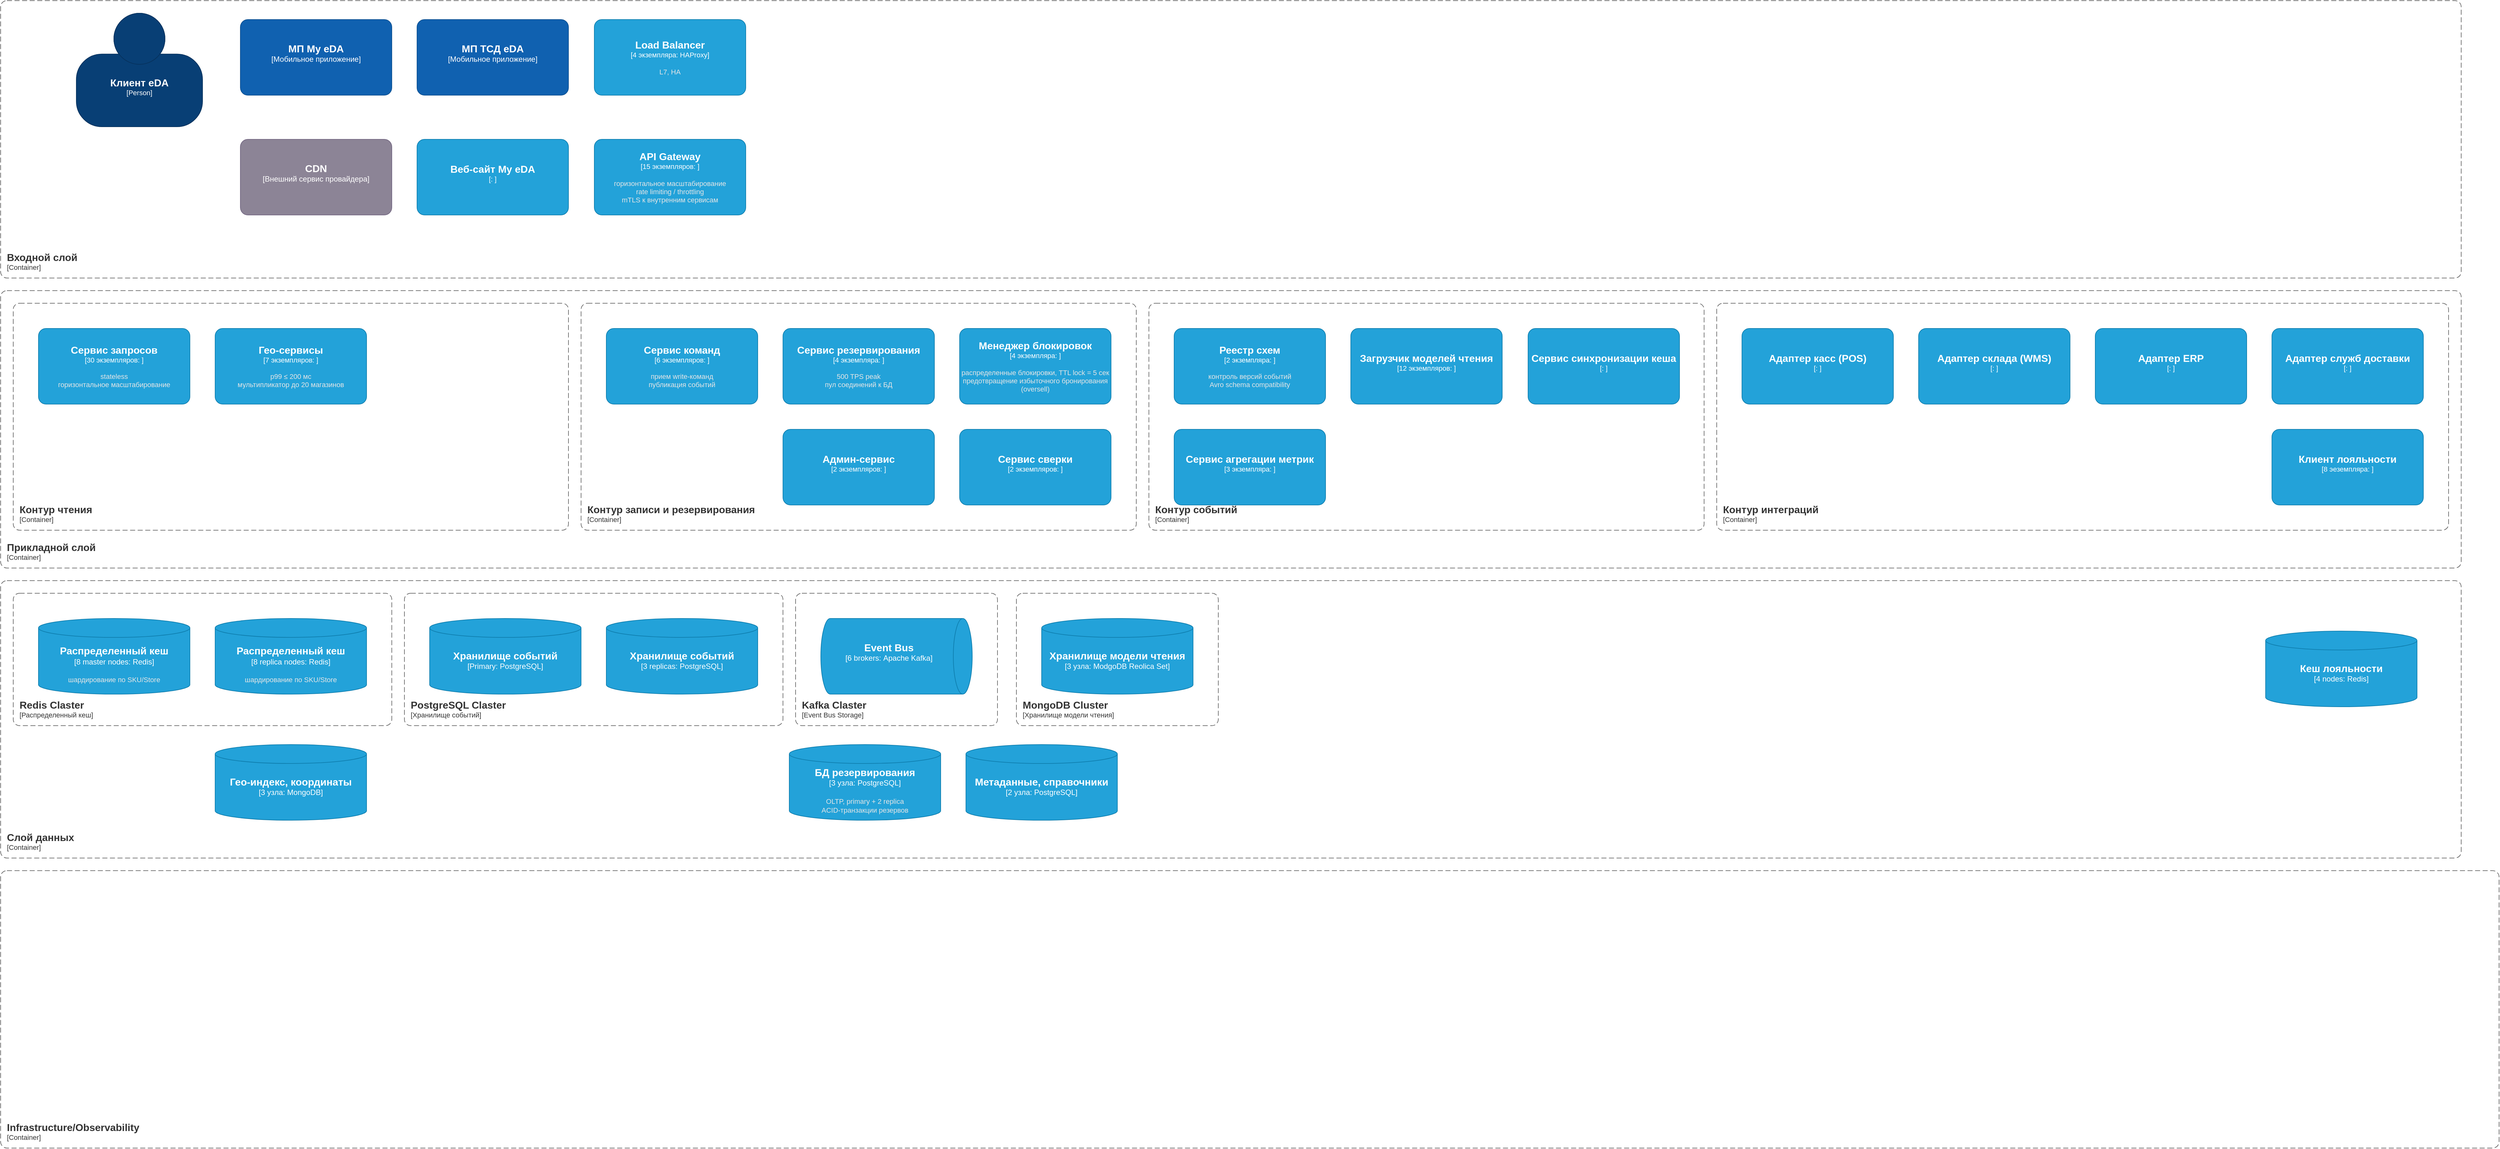
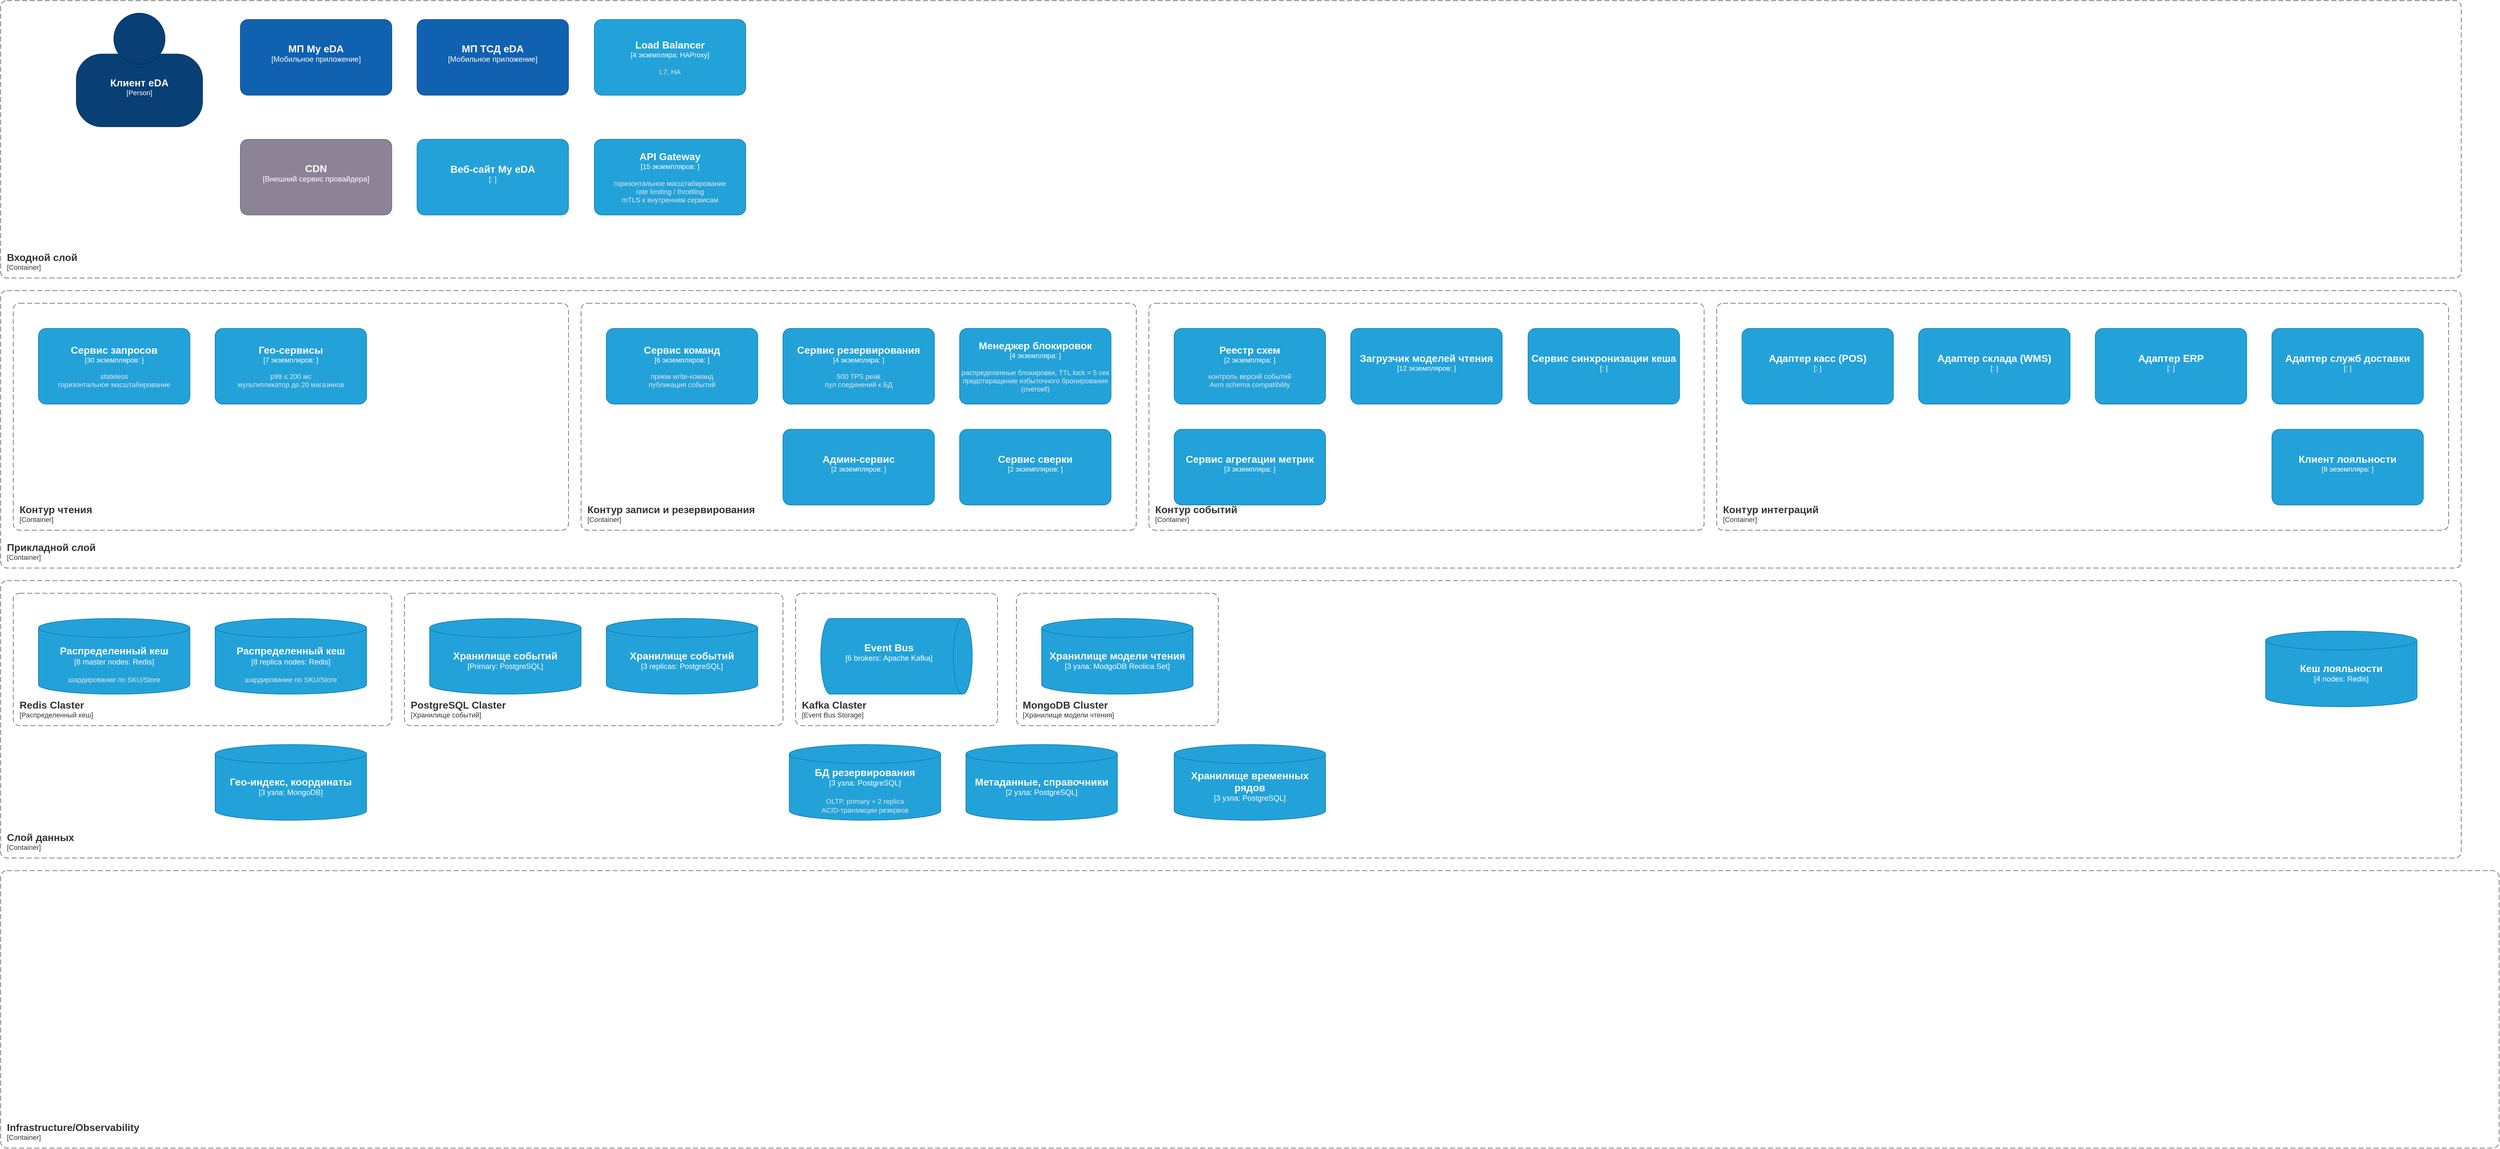
- <mxfile host="Electron" modified="2026-04-29T21:40:49.843Z" agent="Mozilla/5.0 (Windows NT 10.0; Win64; x64) AppleWebKit/537.36 (KHTML, like Gecko) draw.io/22.1.2 Chrome/114.0.5735.289 Electron/25.9.4 Safari/537.36" etag="SSAKa4CMOVADBKIk3lrW" version="22.1.2" type="device">
+ <mxfile host="Electron" modified="2026-04-30T20:53:00.758Z" agent="Mozilla/5.0 (Windows NT 10.0; Win64; x64) AppleWebKit/537.36 (KHTML, like Gecko) draw.io/22.1.2 Chrome/114.0.5735.289 Electron/25.9.4 Safari/537.36" etag="ZBUvzbzLdjPu41jabQBf" version="22.1.2" type="device">
  <diagram name="Страница — 1" id="PnTLWlEi3809HXJKZnw-">
    <mxGraphModel dx="1418" dy="828" grid="1" gridSize="10" guides="1" tooltips="1" connect="1" arrows="1" fold="1" page="1" pageScale="1" pageWidth="827" pageHeight="1169" math="0" shadow="0">
      <root>
        <mxCell id="0" />
        <mxCell id="1" parent="0" />
        <object placeholders="1" c4Name="Входной слой" c4Type="ContainerScopeBoundary" c4Application="Container" label="&lt;font style=&quot;font-size: 16px&quot;&gt;&lt;b&gt;&lt;div style=&quot;text-align: left&quot;&gt;%c4Name%&lt;/div&gt;&lt;/b&gt;&lt;/font&gt;&lt;div style=&quot;text-align: left&quot;&gt;[%c4Application%]&lt;/div&gt;" id="NhO7GiVlLulvBzD9yE4d-1">
          <mxCell style="rounded=1;fontSize=11;whiteSpace=wrap;html=1;dashed=1;arcSize=20;fillColor=none;strokeColor=#666666;fontColor=#333333;labelBackgroundColor=none;align=left;verticalAlign=bottom;labelBorderColor=none;spacingTop=0;spacing=10;dashPattern=8 4;metaEdit=1;rotatable=0;perimeter=rectanglePerimeter;noLabel=0;labelPadding=0;allowArrows=0;connectable=0;expand=0;recursiveResize=0;editable=1;pointerEvents=0;absoluteArcSize=1;points=[[0.25,0,0],[0.5,0,0],[0.75,0,0],[1,0.25,0],[1,0.5,0],[1,0.75,0],[0.75,1,0],[0.5,1,0],[0.25,1,0],[0,0.75,0],[0,0.5,0],[0,0.25,0]];" parent="1" vertex="1">
            <mxGeometry x="60" y="260" width="3900" height="440" as="geometry" />
          </mxCell>
        </object>
        <object placeholders="1" c4Name="Прикладной слой" c4Type="ContainerScopeBoundary" c4Application="Container" label="&lt;font style=&quot;font-size: 16px&quot;&gt;&lt;b&gt;&lt;div style=&quot;text-align: left&quot;&gt;%c4Name%&lt;/div&gt;&lt;/b&gt;&lt;/font&gt;&lt;div style=&quot;text-align: left&quot;&gt;[%c4Application%]&lt;/div&gt;" id="NhO7GiVlLulvBzD9yE4d-2">
          <mxCell style="rounded=1;fontSize=11;whiteSpace=wrap;html=1;dashed=1;arcSize=20;fillColor=none;strokeColor=#666666;fontColor=#333333;labelBackgroundColor=none;align=left;verticalAlign=bottom;labelBorderColor=none;spacingTop=0;spacing=10;dashPattern=8 4;metaEdit=1;rotatable=0;perimeter=rectanglePerimeter;noLabel=0;labelPadding=0;allowArrows=0;connectable=0;expand=0;recursiveResize=0;editable=1;pointerEvents=0;absoluteArcSize=1;points=[[0.25,0,0],[0.5,0,0],[0.75,0,0],[1,0.25,0],[1,0.5,0],[1,0.75,0],[0.75,1,0],[0.5,1,0],[0.25,1,0],[0,0.75,0],[0,0.5,0],[0,0.25,0]];" parent="1" vertex="1">
            <mxGeometry x="60" y="720" width="3900" height="440" as="geometry" />
          </mxCell>
        </object>
        <object placeholders="1" c4Name="Слой данных" c4Type="ContainerScopeBoundary" c4Application="Container" label="&lt;font style=&quot;font-size: 16px&quot;&gt;&lt;b&gt;&lt;div style=&quot;text-align: left&quot;&gt;%c4Name%&lt;/div&gt;&lt;/b&gt;&lt;/font&gt;&lt;div style=&quot;text-align: left&quot;&gt;[%c4Application%]&lt;/div&gt;" id="NhO7GiVlLulvBzD9yE4d-3">
          <mxCell style="rounded=1;fontSize=11;whiteSpace=wrap;html=1;dashed=1;arcSize=20;fillColor=none;strokeColor=#666666;fontColor=#333333;labelBackgroundColor=none;align=left;verticalAlign=bottom;labelBorderColor=none;spacingTop=0;spacing=10;dashPattern=8 4;metaEdit=1;rotatable=0;perimeter=rectanglePerimeter;noLabel=0;labelPadding=0;allowArrows=0;connectable=0;expand=0;recursiveResize=0;editable=1;pointerEvents=0;absoluteArcSize=1;points=[[0.25,0,0],[0.5,0,0],[0.75,0,0],[1,0.25,0],[1,0.5,0],[1,0.75,0],[0.75,1,0],[0.5,1,0],[0.25,1,0],[0,0.75,0],[0,0.5,0],[0,0.25,0]];" parent="1" vertex="1">
            <mxGeometry x="60" y="1180" width="3900" height="440" as="geometry" />
          </mxCell>
        </object>
        <object placeholders="1" c4Name="Infrastructure/Observability" c4Type="ContainerScopeBoundary" c4Application="Container" label="&lt;font style=&quot;font-size: 16px&quot;&gt;&lt;b&gt;&lt;div style=&quot;text-align: left&quot;&gt;%c4Name%&lt;/div&gt;&lt;/b&gt;&lt;/font&gt;&lt;div style=&quot;text-align: left&quot;&gt;[%c4Application%]&lt;/div&gt;" id="NhO7GiVlLulvBzD9yE4d-4">
          <mxCell style="rounded=1;fontSize=11;whiteSpace=wrap;html=1;dashed=1;arcSize=20;fillColor=none;strokeColor=#666666;fontColor=#333333;labelBackgroundColor=none;align=left;verticalAlign=bottom;labelBorderColor=none;spacingTop=0;spacing=10;dashPattern=8 4;metaEdit=1;rotatable=0;perimeter=rectanglePerimeter;noLabel=0;labelPadding=0;allowArrows=0;connectable=0;expand=0;recursiveResize=0;editable=1;pointerEvents=0;absoluteArcSize=1;points=[[0.25,0,0],[0.5,0,0],[0.75,0,0],[1,0.25,0],[1,0.5,0],[1,0.75,0],[0.75,1,0],[0.5,1,0],[0.25,1,0],[0,0.75,0],[0,0.5,0],[0,0.25,0]];" parent="1" vertex="1">
            <mxGeometry x="60" y="1640" width="3960" height="440" as="geometry" />
          </mxCell>
        </object>
        <object placeholders="1" c4Name="Клиент eDA" c4Type="Person" c4Description="" label="&lt;font style=&quot;font-size: 16px&quot;&gt;&lt;b&gt;%c4Name%&lt;/b&gt;&lt;/font&gt;&lt;div&gt;[%c4Type%]&lt;/div&gt;&lt;br&gt;&lt;div&gt;&lt;font style=&quot;font-size: 11px&quot;&gt;&lt;font color=&quot;#cccccc&quot;&gt;%c4Description%&lt;/font&gt;&lt;/div&gt;" id="NhO7GiVlLulvBzD9yE4d-5">
          <mxCell style="html=1;fontSize=11;dashed=0;whiteSpace=wrap;fillColor=#083F75;strokeColor=#06315C;fontColor=#ffffff;shape=mxgraph.c4.person2;align=center;metaEdit=1;points=[[0.5,0,0],[1,0.5,0],[1,0.75,0],[0.75,1,0],[0.5,1,0],[0.25,1,0],[0,0.75,0],[0,0.5,0]];resizable=0;" parent="1" vertex="1">
            <mxGeometry x="180" y="280" width="200" height="180" as="geometry" />
          </mxCell>
        </object>
        <object placeholders="1" c4Name="Контур чтения" c4Type="ContainerScopeBoundary" c4Application="Container" label="&lt;font style=&quot;font-size: 16px&quot;&gt;&lt;b&gt;&lt;div style=&quot;text-align: left&quot;&gt;%c4Name%&lt;/div&gt;&lt;/b&gt;&lt;/font&gt;&lt;div style=&quot;text-align: left&quot;&gt;[%c4Application%]&lt;/div&gt;" id="NhO7GiVlLulvBzD9yE4d-12">
          <mxCell style="rounded=1;fontSize=11;whiteSpace=wrap;html=1;dashed=1;arcSize=20;fillColor=none;strokeColor=#666666;fontColor=#333333;labelBackgroundColor=none;align=left;verticalAlign=bottom;labelBorderColor=none;spacingTop=0;spacing=10;dashPattern=8 4;metaEdit=1;rotatable=0;perimeter=rectanglePerimeter;noLabel=0;labelPadding=0;allowArrows=0;connectable=0;expand=0;recursiveResize=0;editable=1;pointerEvents=0;absoluteArcSize=1;points=[[0.25,0,0],[0.5,0,0],[0.75,0,0],[1,0.25,0],[1,0.5,0],[1,0.75,0],[0.75,1,0],[0.5,1,0],[0.25,1,0],[0,0.75,0],[0,0.5,0],[0,0.25,0]];" parent="1" vertex="1">
            <mxGeometry x="80" y="740" width="880" height="360" as="geometry" />
          </mxCell>
        </object>
        <object placeholders="1" c4Name="Контур записи и резервирования" c4Type="ContainerScopeBoundary" c4Application="Container" label="&lt;font style=&quot;font-size: 16px&quot;&gt;&lt;b&gt;&lt;div style=&quot;text-align: left&quot;&gt;%c4Name%&lt;/div&gt;&lt;/b&gt;&lt;/font&gt;&lt;div style=&quot;text-align: left&quot;&gt;[%c4Application%]&lt;/div&gt;" id="NhO7GiVlLulvBzD9yE4d-13">
          <mxCell style="rounded=1;fontSize=11;whiteSpace=wrap;html=1;dashed=1;arcSize=20;fillColor=none;strokeColor=#666666;fontColor=#333333;labelBackgroundColor=none;align=left;verticalAlign=bottom;labelBorderColor=none;spacingTop=0;spacing=10;dashPattern=8 4;metaEdit=1;rotatable=0;perimeter=rectanglePerimeter;noLabel=0;labelPadding=0;allowArrows=0;connectable=0;expand=0;recursiveResize=0;editable=1;pointerEvents=0;absoluteArcSize=1;points=[[0.25,0,0],[0.5,0,0],[0.75,0,0],[1,0.25,0],[1,0.5,0],[1,0.75,0],[0.75,1,0],[0.5,1,0],[0.25,1,0],[0,0.75,0],[0,0.5,0],[0,0.25,0]];" parent="1" vertex="1">
            <mxGeometry x="980" y="740" width="880" height="360" as="geometry" />
          </mxCell>
        </object>
        <object placeholders="1" c4Name="Контур событий" c4Type="ContainerScopeBoundary" c4Application="Container" label="&lt;font style=&quot;font-size: 16px&quot;&gt;&lt;b&gt;&lt;div style=&quot;text-align: left&quot;&gt;%c4Name%&lt;/div&gt;&lt;/b&gt;&lt;/font&gt;&lt;div style=&quot;text-align: left&quot;&gt;[%c4Application%]&lt;/div&gt;" id="NhO7GiVlLulvBzD9yE4d-17">
          <mxCell style="rounded=1;fontSize=11;whiteSpace=wrap;html=1;dashed=1;arcSize=20;fillColor=none;strokeColor=#666666;fontColor=#333333;labelBackgroundColor=none;align=left;verticalAlign=bottom;labelBorderColor=none;spacingTop=0;spacing=10;dashPattern=8 4;metaEdit=1;rotatable=0;perimeter=rectanglePerimeter;noLabel=0;labelPadding=0;allowArrows=0;connectable=0;expand=0;recursiveResize=0;editable=1;pointerEvents=0;absoluteArcSize=1;points=[[0.25,0,0],[0.5,0,0],[0.75,0,0],[1,0.25,0],[1,0.5,0],[1,0.75,0],[0.75,1,0],[0.5,1,0],[0.25,1,0],[0,0.75,0],[0,0.5,0],[0,0.25,0]];" parent="1" vertex="1">
            <mxGeometry x="1880" y="740" width="880" height="360" as="geometry" />
          </mxCell>
        </object>
        <object placeholders="1" c4Name="Контур интеграций" c4Type="ContainerScopeBoundary" c4Application="Container" label="&lt;font style=&quot;font-size: 16px&quot;&gt;&lt;b&gt;&lt;div style=&quot;text-align: left&quot;&gt;%c4Name%&lt;/div&gt;&lt;/b&gt;&lt;/font&gt;&lt;div style=&quot;text-align: left&quot;&gt;[%c4Application%]&lt;/div&gt;" id="NhO7GiVlLulvBzD9yE4d-21">
          <mxCell style="rounded=1;fontSize=11;whiteSpace=wrap;html=1;dashed=1;arcSize=20;fillColor=none;strokeColor=#666666;fontColor=#333333;labelBackgroundColor=none;align=left;verticalAlign=bottom;labelBorderColor=none;spacingTop=0;spacing=10;dashPattern=8 4;metaEdit=1;rotatable=0;perimeter=rectanglePerimeter;noLabel=0;labelPadding=0;allowArrows=0;connectable=0;expand=0;recursiveResize=0;editable=1;pointerEvents=0;absoluteArcSize=1;points=[[0.25,0,0],[0.5,0,0],[0.75,0,0],[1,0.25,0],[1,0.5,0],[1,0.75,0],[0.75,1,0],[0.5,1,0],[0.25,1,0],[0,0.75,0],[0,0.5,0],[0,0.25,0]];" parent="1" vertex="1">
            <mxGeometry x="2780" y="740" width="1160" height="360" as="geometry" />
          </mxCell>
        </object>
        <object placeholders="1" c4Type="Распределенный кеш" c4Container="8 master nodes" c4Technology="Redis" c4Description="шардирование по SKU/Store" label="&lt;font style=&quot;font-size: 16px&quot;&gt;&lt;b&gt;%c4Type%&lt;/b&gt;&lt;/font&gt;&lt;div&gt;[%c4Container%:&amp;nbsp;%c4Technology%]&lt;/div&gt;&lt;br&gt;&lt;div&gt;&lt;font style=&quot;font-size: 11px&quot;&gt;&lt;font color=&quot;#E6E6E6&quot;&gt;%c4Description%&lt;/font&gt;&lt;/div&gt;" id="NhO7GiVlLulvBzD9yE4d-26">
          <mxCell style="shape=cylinder3;size=15;whiteSpace=wrap;html=1;boundedLbl=1;rounded=0;labelBackgroundColor=none;fillColor=#23A2D9;fontSize=12;fontColor=#ffffff;align=center;strokeColor=#0E7DAD;metaEdit=1;points=[[0.5,0,0],[1,0.25,0],[1,0.5,0],[1,0.75,0],[0.5,1,0],[0,0.75,0],[0,0.5,0],[0,0.25,0]];resizable=0;" parent="1" vertex="1">
            <mxGeometry x="120" y="1240" width="240" height="120" as="geometry" />
          </mxCell>
        </object>
        <object placeholders="1" c4Type="Распределенный кеш" c4Container="8 replica nodes" c4Technology="Redis" c4Description="шардирование по SKU/Store" label="&lt;font style=&quot;font-size: 16px&quot;&gt;&lt;b&gt;%c4Type%&lt;/b&gt;&lt;/font&gt;&lt;div&gt;[%c4Container%:&amp;nbsp;%c4Technology%]&lt;/div&gt;&lt;br&gt;&lt;div&gt;&lt;font style=&quot;font-size: 11px&quot;&gt;&lt;font color=&quot;#E6E6E6&quot;&gt;%c4Description%&lt;/font&gt;&lt;/div&gt;" id="NhO7GiVlLulvBzD9yE4d-27">
          <mxCell style="shape=cylinder3;size=15;whiteSpace=wrap;html=1;boundedLbl=1;rounded=0;labelBackgroundColor=none;fillColor=#23A2D9;fontSize=12;fontColor=#ffffff;align=center;strokeColor=#0E7DAD;metaEdit=1;points=[[0.5,0,0],[1,0.25,0],[1,0.5,0],[1,0.75,0],[0.5,1,0],[0,0.75,0],[0,0.5,0],[0,0.25,0]];resizable=0;" parent="1" vertex="1">
            <mxGeometry x="400" y="1240" width="240" height="120" as="geometry" />
          </mxCell>
        </object>
        <object placeholders="1" c4Name="Redis Claster" c4Type="ContainerScopeBoundary" c4Application="Распределенный кеш" label="&lt;font style=&quot;font-size: 16px&quot;&gt;&lt;b&gt;&lt;div style=&quot;text-align: left&quot;&gt;%c4Name%&lt;/div&gt;&lt;/b&gt;&lt;/font&gt;&lt;div style=&quot;text-align: left&quot;&gt;[%c4Application%]&lt;/div&gt;" id="NhO7GiVlLulvBzD9yE4d-28">
          <mxCell style="rounded=1;fontSize=11;whiteSpace=wrap;html=1;dashed=1;arcSize=20;fillColor=none;strokeColor=#666666;fontColor=#333333;labelBackgroundColor=none;align=left;verticalAlign=bottom;labelBorderColor=none;spacingTop=0;spacing=10;dashPattern=8 4;metaEdit=1;rotatable=0;perimeter=rectanglePerimeter;noLabel=0;labelPadding=0;allowArrows=0;connectable=0;expand=0;recursiveResize=0;editable=1;pointerEvents=0;absoluteArcSize=1;points=[[0.25,0,0],[0.5,0,0],[0.75,0,0],[1,0.25,0],[1,0.5,0],[1,0.75,0],[0.75,1,0],[0.5,1,0],[0.25,1,0],[0,0.75,0],[0,0.5,0],[0,0.25,0]];" parent="1" vertex="1">
            <mxGeometry x="80" y="1200" width="600" height="210" as="geometry" />
          </mxCell>
        </object>
        <object placeholders="1" c4Name="PostgreSQL Claster" c4Type="ContainerScopeBoundary" c4Application="Хранилище событий" label="&lt;font style=&quot;font-size: 16px&quot;&gt;&lt;b&gt;&lt;div style=&quot;text-align: left&quot;&gt;%c4Name%&lt;/div&gt;&lt;/b&gt;&lt;/font&gt;&lt;div style=&quot;text-align: left&quot;&gt;[%c4Application%]&lt;/div&gt;" id="NhO7GiVlLulvBzD9yE4d-29">
          <mxCell style="rounded=1;fontSize=11;whiteSpace=wrap;html=1;dashed=1;arcSize=20;fillColor=none;strokeColor=#666666;fontColor=#333333;labelBackgroundColor=none;align=left;verticalAlign=bottom;labelBorderColor=none;spacingTop=0;spacing=10;dashPattern=8 4;metaEdit=1;rotatable=0;perimeter=rectanglePerimeter;noLabel=0;labelPadding=0;allowArrows=0;connectable=0;expand=0;recursiveResize=0;editable=1;pointerEvents=0;absoluteArcSize=1;points=[[0.25,0,0],[0.5,0,0],[0.75,0,0],[1,0.25,0],[1,0.5,0],[1,0.75,0],[0.75,1,0],[0.5,1,0],[0.25,1,0],[0,0.75,0],[0,0.5,0],[0,0.25,0]];" parent="1" vertex="1">
            <mxGeometry x="700" y="1200" width="600" height="210" as="geometry" />
          </mxCell>
        </object>
        <object placeholders="1" c4Type="Хранилище событий" c4Container="Primary" c4Technology="PostgreSQL" c4Description="" label="&lt;font style=&quot;font-size: 16px&quot;&gt;&lt;b&gt;%c4Type%&lt;/b&gt;&lt;/font&gt;&lt;div&gt;[%c4Container%:&amp;nbsp;%c4Technology%]&lt;/div&gt;&lt;br&gt;&lt;div&gt;&lt;font style=&quot;font-size: 11px&quot;&gt;&lt;font color=&quot;#E6E6E6&quot;&gt;%c4Description%&lt;/font&gt;&lt;/div&gt;" id="NhO7GiVlLulvBzD9yE4d-30">
          <mxCell style="shape=cylinder3;size=15;whiteSpace=wrap;html=1;boundedLbl=1;rounded=0;labelBackgroundColor=none;fillColor=#23A2D9;fontSize=12;fontColor=#ffffff;align=center;strokeColor=#0E7DAD;metaEdit=1;points=[[0.5,0,0],[1,0.25,0],[1,0.5,0],[1,0.75,0],[0.5,1,0],[0,0.75,0],[0,0.5,0],[0,0.25,0]];resizable=0;" parent="1" vertex="1">
            <mxGeometry x="740" y="1240" width="240" height="120" as="geometry" />
          </mxCell>
        </object>
        <object placeholders="1" c4Type="Хранилище событий" c4Container="3 replicas" c4Technology="PostgreSQL" c4Description="" label="&lt;font style=&quot;font-size: 16px&quot;&gt;&lt;b&gt;%c4Type%&lt;/b&gt;&lt;/font&gt;&lt;div&gt;[%c4Container%:&amp;nbsp;%c4Technology%]&lt;/div&gt;&lt;br&gt;&lt;div&gt;&lt;font style=&quot;font-size: 11px&quot;&gt;&lt;font color=&quot;#E6E6E6&quot;&gt;%c4Description%&lt;/font&gt;&lt;/div&gt;" id="NhO7GiVlLulvBzD9yE4d-31">
          <mxCell style="shape=cylinder3;size=15;whiteSpace=wrap;html=1;boundedLbl=1;rounded=0;labelBackgroundColor=none;fillColor=#23A2D9;fontSize=12;fontColor=#ffffff;align=center;strokeColor=#0E7DAD;metaEdit=1;points=[[0.5,0,0],[1,0.25,0],[1,0.5,0],[1,0.75,0],[0.5,1,0],[0,0.75,0],[0,0.5,0],[0,0.25,0]];resizable=0;" parent="1" vertex="1">
            <mxGeometry x="1020" y="1240" width="240" height="120" as="geometry" />
          </mxCell>
        </object>
        <object placeholders="1" c4Name="Kafka Claster" c4Type="ContainerScopeBoundary" c4Application="Event Bus Storage" label="&lt;font style=&quot;font-size: 16px&quot;&gt;&lt;b&gt;&lt;div style=&quot;text-align: left&quot;&gt;%c4Name%&lt;/div&gt;&lt;/b&gt;&lt;/font&gt;&lt;div style=&quot;text-align: left&quot;&gt;[%c4Application%]&lt;/div&gt;" id="NhO7GiVlLulvBzD9yE4d-32">
          <mxCell style="rounded=1;fontSize=11;whiteSpace=wrap;html=1;dashed=1;arcSize=20;fillColor=none;strokeColor=#666666;fontColor=#333333;labelBackgroundColor=none;align=left;verticalAlign=bottom;labelBorderColor=none;spacingTop=0;spacing=10;dashPattern=8 4;metaEdit=1;rotatable=0;perimeter=rectanglePerimeter;noLabel=0;labelPadding=0;allowArrows=0;connectable=0;expand=0;recursiveResize=0;editable=1;pointerEvents=0;absoluteArcSize=1;points=[[0.25,0,0],[0.5,0,0],[0.75,0,0],[1,0.25,0],[1,0.5,0],[1,0.75,0],[0.75,1,0],[0.5,1,0],[0.25,1,0],[0,0.75,0],[0,0.5,0],[0,0.25,0]];" parent="1" vertex="1">
            <mxGeometry x="1320" y="1200" width="320" height="210" as="geometry" />
          </mxCell>
        </object>
        <object placeholders="1" c4Type="Event Bus " c4Container="6 brokers" c4Technology="Apache Kafka" c4Description="" label="&lt;font style=&quot;font-size: 16px&quot;&gt;&lt;b&gt;%c4Type%&lt;/b&gt;&lt;/font&gt;&lt;div&gt;[%c4Container%:&amp;nbsp;%c4Technology%]&lt;/div&gt;&lt;br&gt;&lt;div&gt;&lt;font style=&quot;font-size: 11px&quot;&gt;&lt;font color=&quot;#E6E6E6&quot;&gt;%c4Description%&lt;/font&gt;&lt;/div&gt;" id="NhO7GiVlLulvBzD9yE4d-35">
          <mxCell style="shape=cylinder3;size=15;direction=south;whiteSpace=wrap;html=1;boundedLbl=1;rounded=0;labelBackgroundColor=none;fillColor=#23A2D9;fontSize=12;fontColor=#ffffff;align=center;strokeColor=#0E7DAD;metaEdit=1;points=[[0.5,0,0],[1,0.25,0],[1,0.5,0],[1,0.75,0],[0.5,1,0],[0,0.75,0],[0,0.5,0],[0,0.25,0]];resizable=0;" parent="1" vertex="1">
            <mxGeometry x="1360" y="1240" width="240" height="120" as="geometry" />
          </mxCell>
        </object>
        <object placeholders="1" c4Name="MongoDB Cluster" c4Type="ContainerScopeBoundary" c4Application="Хранилище модели чтения" label="&lt;font style=&quot;font-size: 16px&quot;&gt;&lt;b&gt;&lt;div style=&quot;text-align: left&quot;&gt;%c4Name%&lt;/div&gt;&lt;/b&gt;&lt;/font&gt;&lt;div style=&quot;text-align: left&quot;&gt;[%c4Application%]&lt;/div&gt;" id="NhO7GiVlLulvBzD9yE4d-36">
          <mxCell style="rounded=1;fontSize=11;whiteSpace=wrap;html=1;dashed=1;arcSize=20;fillColor=none;strokeColor=#666666;fontColor=#333333;labelBackgroundColor=none;align=left;verticalAlign=bottom;labelBorderColor=none;spacingTop=0;spacing=10;dashPattern=8 4;metaEdit=1;rotatable=0;perimeter=rectanglePerimeter;noLabel=0;labelPadding=0;allowArrows=0;connectable=0;expand=0;recursiveResize=0;editable=1;pointerEvents=0;absoluteArcSize=1;points=[[0.25,0,0],[0.5,0,0],[0.75,0,0],[1,0.25,0],[1,0.5,0],[1,0.75,0],[0.75,1,0],[0.5,1,0],[0.25,1,0],[0,0.75,0],[0,0.5,0],[0,0.25,0]];" parent="1" vertex="1">
            <mxGeometry x="1670" y="1200" width="320" height="210" as="geometry" />
          </mxCell>
        </object>
        <object placeholders="1" c4Name="МП My eDA " c4Type="Мобильное приложение" c4Description="" label="&lt;font style=&quot;font-size: 16px&quot;&gt;&lt;b&gt;%c4Name%&lt;/b&gt;&lt;/font&gt;&lt;div&gt;[%c4Type%]&lt;/div&gt;&lt;br&gt;&lt;div&gt;&lt;font style=&quot;font-size: 11px&quot;&gt;&lt;font color=&quot;#cccccc&quot;&gt;%c4Description%&lt;/font&gt;&lt;/div&gt;" id="QPQx1lAxpROD3ONeoEt4-1">
          <mxCell style="rounded=1;whiteSpace=wrap;html=1;labelBackgroundColor=none;fillColor=#1061B0;fontColor=#ffffff;align=center;arcSize=10;strokeColor=#0D5091;metaEdit=1;resizable=0;points=[[0.25,0,0],[0.5,0,0],[0.75,0,0],[1,0.25,0],[1,0.5,0],[1,0.75,0],[0.75,1,0],[0.5,1,0],[0.25,1,0],[0,0.75,0],[0,0.5,0],[0,0.25,0]];" parent="1" vertex="1">
            <mxGeometry x="440" y="290" width="240" height="120" as="geometry" />
          </mxCell>
        </object>
        <object placeholders="1" c4Name="CDN" c4Type="Внешний сервис провайдера" c4Description="" label="&lt;font style=&quot;font-size: 16px&quot;&gt;&lt;b&gt;%c4Name%&lt;/b&gt;&lt;/font&gt;&lt;div&gt;[%c4Type%]&lt;/div&gt;&lt;br&gt;&lt;div&gt;&lt;font style=&quot;font-size: 11px&quot;&gt;&lt;font color=&quot;#cccccc&quot;&gt;%c4Description%&lt;/font&gt;&lt;/div&gt;" id="QPQx1lAxpROD3ONeoEt4-2">
          <mxCell style="rounded=1;whiteSpace=wrap;html=1;labelBackgroundColor=none;fillColor=#8C8496;fontColor=#ffffff;align=center;arcSize=10;strokeColor=#736782;metaEdit=1;resizable=0;points=[[0.25,0,0],[0.5,0,0],[0.75,0,0],[1,0.25,0],[1,0.5,0],[1,0.75,0],[0.75,1,0],[0.5,1,0],[0.25,1,0],[0,0.75,0],[0,0.5,0],[0,0.25,0]];" parent="1" vertex="1">
            <mxGeometry x="440" y="480" width="240" height="120" as="geometry" />
          </mxCell>
        </object>
        <object placeholders="1" c4Name="МП ТСД eDA" c4Type="Мобильное приложение" c4Description="" label="&lt;font style=&quot;font-size: 16px&quot;&gt;&lt;b&gt;%c4Name%&lt;/b&gt;&lt;/font&gt;&lt;div&gt;[%c4Type%]&lt;/div&gt;&lt;br&gt;&lt;div&gt;&lt;font style=&quot;font-size: 11px&quot;&gt;&lt;font color=&quot;#cccccc&quot;&gt;%c4Description%&lt;/font&gt;&lt;/div&gt;" id="QPQx1lAxpROD3ONeoEt4-3">
          <mxCell style="rounded=1;whiteSpace=wrap;html=1;labelBackgroundColor=none;fillColor=#1061B0;fontColor=#ffffff;align=center;arcSize=10;strokeColor=#0D5091;metaEdit=1;resizable=0;points=[[0.25,0,0],[0.5,0,0],[0.75,0,0],[1,0.25,0],[1,0.5,0],[1,0.75,0],[0.75,1,0],[0.5,1,0],[0.25,1,0],[0,0.75,0],[0,0.5,0],[0,0.25,0]];" parent="1" vertex="1">
            <mxGeometry x="720" y="290" width="240" height="120" as="geometry" />
          </mxCell>
        </object>
        <object placeholders="1" c4Name="Load Balancer" c4Type="4 экземпляра" c4Technology="HAProxy" c4Description="L7, HA" label="&lt;font style=&quot;font-size: 16px&quot;&gt;&lt;b&gt;%c4Name%&lt;/b&gt;&lt;/font&gt;&lt;div&gt;[%c4Type%: %c4Technology%]&lt;/div&gt;&lt;br&gt;&lt;div&gt;&lt;font style=&quot;font-size: 11px&quot;&gt;&lt;font color=&quot;#E6E6E6&quot;&gt;%c4Description%&lt;/font&gt;&lt;/div&gt;" id="QPQx1lAxpROD3ONeoEt4-6">
          <mxCell style="rounded=1;whiteSpace=wrap;html=1;fontSize=11;labelBackgroundColor=none;fillColor=#23A2D9;fontColor=#ffffff;align=center;arcSize=10;strokeColor=#0E7DAD;metaEdit=1;resizable=0;points=[[0.25,0,0],[0.5,0,0],[0.75,0,0],[1,0.25,0],[1,0.5,0],[1,0.75,0],[0.75,1,0],[0.5,1,0],[0.25,1,0],[0,0.75,0],[0,0.5,0],[0,0.25,0]];" parent="1" vertex="1">
            <mxGeometry x="1001" y="290" width="240" height="120" as="geometry" />
          </mxCell>
        </object>
        <object placeholders="1" c4Name="API Gateway" c4Type="15 экземпляров" c4Technology="" c4Description="горизонтальное масштабирование&#xa;rate limiting / throttling&#xa;mTLS к внутренним сервисам" label="&lt;font style=&quot;font-size: 16px&quot;&gt;&lt;b&gt;%c4Name%&lt;/b&gt;&lt;/font&gt;&lt;div&gt;[%c4Type%: %c4Technology%]&lt;/div&gt;&lt;br&gt;&lt;div&gt;&lt;font style=&quot;font-size: 11px&quot;&gt;&lt;font color=&quot;#E6E6E6&quot;&gt;%c4Description%&lt;/font&gt;&lt;/div&gt;" id="QPQx1lAxpROD3ONeoEt4-7">
          <mxCell style="rounded=1;whiteSpace=wrap;html=1;fontSize=11;labelBackgroundColor=none;fillColor=#23A2D9;fontColor=#ffffff;align=center;arcSize=10;strokeColor=#0E7DAD;metaEdit=1;resizable=0;points=[[0.25,0,0],[0.5,0,0],[0.75,0,0],[1,0.25,0],[1,0.5,0],[1,0.75,0],[0.75,1,0],[0.5,1,0],[0.25,1,0],[0,0.75,0],[0,0.5,0],[0,0.25,0]];" parent="1" vertex="1">
            <mxGeometry x="1001" y="480" width="240" height="120" as="geometry" />
          </mxCell>
        </object>
        <object placeholders="1" c4Name="Веб-сайт My eDA" c4Type="" c4Technology="" c4Description="" label="&lt;font style=&quot;font-size: 16px&quot;&gt;&lt;b&gt;%c4Name%&lt;/b&gt;&lt;/font&gt;&lt;div&gt;[%c4Type%: %c4Technology%]&lt;/div&gt;&lt;br&gt;&lt;div&gt;&lt;font style=&quot;font-size: 11px&quot;&gt;&lt;font color=&quot;#E6E6E6&quot;&gt;%c4Description%&lt;/font&gt;&lt;/div&gt;" id="QPQx1lAxpROD3ONeoEt4-9">
          <mxCell style="rounded=1;whiteSpace=wrap;html=1;fontSize=11;labelBackgroundColor=none;fillColor=#23A2D9;fontColor=#ffffff;align=center;arcSize=10;strokeColor=#0E7DAD;metaEdit=1;resizable=0;points=[[0.25,0,0],[0.5,0,0],[0.75,0,0],[1,0.25,0],[1,0.5,0],[1,0.75,0],[0.75,1,0],[0.5,1,0],[0.25,1,0],[0,0.75,0],[0,0.5,0],[0,0.25,0]];" parent="1" vertex="1">
            <mxGeometry x="720" y="480" width="240" height="120" as="geometry" />
          </mxCell>
        </object>
        <object placeholders="1" c4Name="Сервис запросов" c4Type="30 экземпляров" c4Technology="" c4Description="stateless&#xa;горизонтальное масштабирование" label="&lt;font style=&quot;font-size: 16px&quot;&gt;&lt;b&gt;%c4Name%&lt;/b&gt;&lt;/font&gt;&lt;div&gt;[%c4Type%: %c4Technology%]&lt;/div&gt;&lt;br&gt;&lt;div&gt;&lt;font style=&quot;font-size: 11px&quot;&gt;&lt;font color=&quot;#E6E6E6&quot;&gt;%c4Description%&lt;/font&gt;&lt;/div&gt;" id="QPQx1lAxpROD3ONeoEt4-10">
          <mxCell style="rounded=1;whiteSpace=wrap;html=1;fontSize=11;labelBackgroundColor=none;fillColor=#23A2D9;fontColor=#ffffff;align=center;arcSize=10;strokeColor=#0E7DAD;metaEdit=1;resizable=0;points=[[0.25,0,0],[0.5,0,0],[0.75,0,0],[1,0.25,0],[1,0.5,0],[1,0.75,0],[0.75,1,0],[0.5,1,0],[0.25,1,0],[0,0.75,0],[0,0.5,0],[0,0.25,0]];" parent="1" vertex="1">
            <mxGeometry x="120" y="780" width="240" height="120" as="geometry" />
          </mxCell>
        </object>
        <object placeholders="1" c4Name="Гео-сервисы" c4Type="7 экземпляров" c4Technology="" c4Description="p99 ≤ 200 мс&#xa;мультипликатор до 20 магазинов" label="&lt;font style=&quot;font-size: 16px&quot;&gt;&lt;b&gt;%c4Name%&lt;/b&gt;&lt;/font&gt;&lt;div&gt;[%c4Type%: %c4Technology%]&lt;/div&gt;&lt;br&gt;&lt;div&gt;&lt;font style=&quot;font-size: 11px&quot;&gt;&lt;font color=&quot;#E6E6E6&quot;&gt;%c4Description%&lt;/font&gt;&lt;/div&gt;" id="QPQx1lAxpROD3ONeoEt4-11">
          <mxCell style="rounded=1;whiteSpace=wrap;html=1;fontSize=11;labelBackgroundColor=none;fillColor=#23A2D9;fontColor=#ffffff;align=center;arcSize=10;strokeColor=#0E7DAD;metaEdit=1;resizable=0;points=[[0.25,0,0],[0.5,0,0],[0.75,0,0],[1,0.25,0],[1,0.5,0],[1,0.75,0],[0.75,1,0],[0.5,1,0],[0.25,1,0],[0,0.75,0],[0,0.5,0],[0,0.25,0]];" parent="1" vertex="1">
            <mxGeometry x="400" y="780" width="240" height="120" as="geometry" />
          </mxCell>
        </object>
        <object placeholders="1" c4Name="Сервис команд" c4Type="6 экземпляров" c4Technology="" c4Description="прием write-команд&#xa;публикация событий" label="&lt;font style=&quot;font-size: 16px&quot;&gt;&lt;b&gt;%c4Name%&lt;/b&gt;&lt;/font&gt;&lt;div&gt;[%c4Type%: %c4Technology%]&lt;/div&gt;&lt;br&gt;&lt;div&gt;&lt;font style=&quot;font-size: 11px&quot;&gt;&lt;font color=&quot;#E6E6E6&quot;&gt;%c4Description%&lt;/font&gt;&lt;/div&gt;" id="QPQx1lAxpROD3ONeoEt4-13">
          <mxCell style="rounded=1;whiteSpace=wrap;html=1;fontSize=11;labelBackgroundColor=none;fillColor=#23A2D9;fontColor=#ffffff;align=center;arcSize=10;strokeColor=#0E7DAD;metaEdit=1;resizable=0;points=[[0.25,0,0],[0.5,0,0],[0.75,0,0],[1,0.25,0],[1,0.5,0],[1,0.75,0],[0.75,1,0],[0.5,1,0],[0.25,1,0],[0,0.75,0],[0,0.5,0],[0,0.25,0]];" parent="1" vertex="1">
            <mxGeometry x="1020" y="780" width="240" height="120" as="geometry" />
          </mxCell>
        </object>
        <object placeholders="1" c4Name="Сервис резервирования" c4Type="4 экземпляра" c4Technology="" c4Description="500 TPS peak&#xa;пул соединений к БД" label="&lt;font style=&quot;font-size: 16px&quot;&gt;&lt;b&gt;%c4Name%&lt;/b&gt;&lt;/font&gt;&lt;div&gt;[%c4Type%: %c4Technology%]&lt;/div&gt;&lt;br&gt;&lt;div&gt;&lt;font style=&quot;font-size: 11px&quot;&gt;&lt;font color=&quot;#E6E6E6&quot;&gt;%c4Description%&lt;/font&gt;&lt;/div&gt;" id="QPQx1lAxpROD3ONeoEt4-14">
          <mxCell style="rounded=1;whiteSpace=wrap;html=1;fontSize=11;labelBackgroundColor=none;fillColor=#23A2D9;fontColor=#ffffff;align=center;arcSize=10;strokeColor=#0E7DAD;metaEdit=1;resizable=0;points=[[0.25,0,0],[0.5,0,0],[0.75,0,0],[1,0.25,0],[1,0.5,0],[1,0.75,0],[0.75,1,0],[0.5,1,0],[0.25,1,0],[0,0.75,0],[0,0.5,0],[0,0.25,0]];" parent="1" vertex="1">
            <mxGeometry x="1300" y="780" width="240" height="120" as="geometry" />
          </mxCell>
        </object>
        <object placeholders="1" c4Name="Менеджер блокировок" c4Type="4 экземпляра" c4Technology="" c4Description="распределенные блокировки, TTL lock = 5 сек&#xa;предотвращение избыточного бронирования (oversell)" label="&lt;font style=&quot;font-size: 16px&quot;&gt;&lt;b&gt;%c4Name%&lt;/b&gt;&lt;/font&gt;&lt;div&gt;[%c4Type%: %c4Technology%]&lt;/div&gt;&lt;br&gt;&lt;div&gt;&lt;font style=&quot;font-size: 11px&quot;&gt;&lt;font color=&quot;#E6E6E6&quot;&gt;%c4Description%&lt;/font&gt;&lt;/div&gt;" id="QPQx1lAxpROD3ONeoEt4-15">
          <mxCell style="rounded=1;whiteSpace=wrap;html=1;fontSize=11;labelBackgroundColor=none;fillColor=#23A2D9;fontColor=#ffffff;align=center;arcSize=10;strokeColor=#0E7DAD;metaEdit=1;resizable=0;points=[[0.25,0,0],[0.5,0,0],[0.75,0,0],[1,0.25,0],[1,0.5,0],[1,0.75,0],[0.75,1,0],[0.5,1,0],[0.25,1,0],[0,0.75,0],[0,0.5,0],[0,0.25,0]];" parent="1" vertex="1">
            <mxGeometry x="1580" y="780" width="240" height="120" as="geometry" />
          </mxCell>
        </object>
        <object placeholders="1" c4Name="Загрузчик моделей чтения" c4Type="12 экземпляров" c4Technology="" c4Description="" label="&lt;font style=&quot;font-size: 16px&quot;&gt;&lt;b&gt;%c4Name%&lt;/b&gt;&lt;/font&gt;&lt;div&gt;[%c4Type%: %c4Technology%]&lt;/div&gt;&lt;br&gt;&lt;div&gt;&lt;font style=&quot;font-size: 11px&quot;&gt;&lt;font color=&quot;#E6E6E6&quot;&gt;%c4Description%&lt;/font&gt;&lt;/div&gt;" id="QPQx1lAxpROD3ONeoEt4-16">
          <mxCell style="rounded=1;whiteSpace=wrap;html=1;fontSize=11;labelBackgroundColor=none;fillColor=#23A2D9;fontColor=#ffffff;align=center;arcSize=10;strokeColor=#0E7DAD;metaEdit=1;resizable=0;points=[[0.25,0,0],[0.5,0,0],[0.75,0,0],[1,0.25,0],[1,0.5,0],[1,0.75,0],[0.75,1,0],[0.5,1,0],[0.25,1,0],[0,0.75,0],[0,0.5,0],[0,0.25,0]];" parent="1" vertex="1">
            <mxGeometry x="2200" y="780" width="240" height="120" as="geometry" />
          </mxCell>
        </object>
        <object placeholders="1" c4Name="Сервис синхронизации кеша" c4Type="" c4Technology="" c4Description="" label="&lt;font style=&quot;font-size: 16px&quot;&gt;&lt;b&gt;%c4Name%&lt;/b&gt;&lt;/font&gt;&lt;div&gt;[%c4Type%: %c4Technology%]&lt;/div&gt;&lt;br&gt;&lt;div&gt;&lt;font style=&quot;font-size: 11px&quot;&gt;&lt;font color=&quot;#E6E6E6&quot;&gt;%c4Description%&lt;/font&gt;&lt;/div&gt;" id="QPQx1lAxpROD3ONeoEt4-17">
          <mxCell style="rounded=1;whiteSpace=wrap;html=1;fontSize=11;labelBackgroundColor=none;fillColor=#23A2D9;fontColor=#ffffff;align=center;arcSize=10;strokeColor=#0E7DAD;metaEdit=1;resizable=0;points=[[0.25,0,0],[0.5,0,0],[0.75,0,0],[1,0.25,0],[1,0.5,0],[1,0.75,0],[0.75,1,0],[0.5,1,0],[0.25,1,0],[0,0.75,0],[0,0.5,0],[0,0.25,0]];" parent="1" vertex="1">
            <mxGeometry x="2481" y="780" width="240" height="120" as="geometry" />
          </mxCell>
        </object>
        <object placeholders="1" c4Name="Адаптер касс (POS)" c4Type="" c4Technology="" c4Description="" label="&lt;font style=&quot;font-size: 16px&quot;&gt;&lt;b&gt;%c4Name%&lt;/b&gt;&lt;/font&gt;&lt;div&gt;[%c4Type%: %c4Technology%]&lt;/div&gt;&lt;br&gt;&lt;div&gt;&lt;font style=&quot;font-size: 11px&quot;&gt;&lt;font color=&quot;#E6E6E6&quot;&gt;%c4Description%&lt;/font&gt;&lt;/div&gt;" id="QPQx1lAxpROD3ONeoEt4-18">
          <mxCell style="rounded=1;whiteSpace=wrap;html=1;fontSize=11;labelBackgroundColor=none;fillColor=#23A2D9;fontColor=#ffffff;align=center;arcSize=10;strokeColor=#0E7DAD;metaEdit=1;resizable=0;points=[[0.25,0,0],[0.5,0,0],[0.75,0,0],[1,0.25,0],[1,0.5,0],[1,0.75,0],[0.75,1,0],[0.5,1,0],[0.25,1,0],[0,0.75,0],[0,0.5,0],[0,0.25,0]];" parent="1" vertex="1">
            <mxGeometry x="2820" y="780" width="240" height="120" as="geometry" />
          </mxCell>
        </object>
        <object placeholders="1" c4Name="Адаптер склада (WMS)" c4Type="" c4Technology="" c4Description="" label="&lt;font style=&quot;font-size: 16px&quot;&gt;&lt;b&gt;%c4Name%&lt;/b&gt;&lt;/font&gt;&lt;div&gt;[%c4Type%: %c4Technology%]&lt;/div&gt;&lt;br&gt;&lt;div&gt;&lt;font style=&quot;font-size: 11px&quot;&gt;&lt;font color=&quot;#E6E6E6&quot;&gt;%c4Description%&lt;/font&gt;&lt;/div&gt;" id="QPQx1lAxpROD3ONeoEt4-19">
          <mxCell style="rounded=1;whiteSpace=wrap;html=1;fontSize=11;labelBackgroundColor=none;fillColor=#23A2D9;fontColor=#ffffff;align=center;arcSize=10;strokeColor=#0E7DAD;metaEdit=1;resizable=0;points=[[0.25,0,0],[0.5,0,0],[0.75,0,0],[1,0.25,0],[1,0.5,0],[1,0.75,0],[0.75,1,0],[0.5,1,0],[0.25,1,0],[0,0.75,0],[0,0.5,0],[0,0.25,0]];" parent="1" vertex="1">
            <mxGeometry x="3100" y="780" width="240" height="120" as="geometry" />
          </mxCell>
        </object>
        <object placeholders="1" c4Name="Адаптер ERP" c4Type="" c4Technology="" c4Description="" label="&lt;font style=&quot;font-size: 16px&quot;&gt;&lt;b&gt;%c4Name%&lt;/b&gt;&lt;/font&gt;&lt;div&gt;[%c4Type%: %c4Technology%]&lt;/div&gt;&lt;br&gt;&lt;div&gt;&lt;font style=&quot;font-size: 11px&quot;&gt;&lt;font color=&quot;#E6E6E6&quot;&gt;%c4Description%&lt;/font&gt;&lt;/div&gt;" id="QPQx1lAxpROD3ONeoEt4-20">
          <mxCell style="rounded=1;whiteSpace=wrap;html=1;fontSize=11;labelBackgroundColor=none;fillColor=#23A2D9;fontColor=#ffffff;align=center;arcSize=10;strokeColor=#0E7DAD;metaEdit=1;resizable=0;points=[[0.25,0,0],[0.5,0,0],[0.75,0,0],[1,0.25,0],[1,0.5,0],[1,0.75,0],[0.75,1,0],[0.5,1,0],[0.25,1,0],[0,0.75,0],[0,0.5,0],[0,0.25,0]];" parent="1" vertex="1">
            <mxGeometry x="3380" y="780" width="240" height="120" as="geometry" />
          </mxCell>
        </object>
        <object placeholders="1" c4Name="Адаптер служб доставки" c4Type="" c4Technology="" c4Description="" label="&lt;font style=&quot;font-size: 16px&quot;&gt;&lt;b&gt;%c4Name%&lt;/b&gt;&lt;/font&gt;&lt;div&gt;[%c4Type%: %c4Technology%]&lt;/div&gt;&lt;br&gt;&lt;div&gt;&lt;font style=&quot;font-size: 11px&quot;&gt;&lt;font color=&quot;#E6E6E6&quot;&gt;%c4Description%&lt;/font&gt;&lt;/div&gt;" id="QPQx1lAxpROD3ONeoEt4-21">
          <mxCell style="rounded=1;whiteSpace=wrap;html=1;fontSize=11;labelBackgroundColor=none;fillColor=#23A2D9;fontColor=#ffffff;align=center;arcSize=10;strokeColor=#0E7DAD;metaEdit=1;resizable=0;points=[[0.25,0,0],[0.5,0,0],[0.75,0,0],[1,0.25,0],[1,0.5,0],[1,0.75,0],[0.75,1,0],[0.5,1,0],[0.25,1,0],[0,0.75,0],[0,0.5,0],[0,0.25,0]];" parent="1" vertex="1">
            <mxGeometry x="3660" y="780" width="240" height="120" as="geometry" />
          </mxCell>
        </object>
        <object placeholders="1" c4Type="Гео-индекс, координаты" c4Container="3 узла" c4Technology="MongoDB" c4Description="" label="&lt;font style=&quot;font-size: 16px&quot;&gt;&lt;b&gt;%c4Type%&lt;/b&gt;&lt;/font&gt;&lt;div&gt;[%c4Container%:&amp;nbsp;%c4Technology%]&lt;/div&gt;&lt;br&gt;&lt;div&gt;&lt;font style=&quot;font-size: 11px&quot;&gt;&lt;font color=&quot;#E6E6E6&quot;&gt;%c4Description%&lt;/font&gt;&lt;/div&gt;" id="QPQx1lAxpROD3ONeoEt4-22">
          <mxCell style="shape=cylinder3;size=15;whiteSpace=wrap;html=1;boundedLbl=1;rounded=0;labelBackgroundColor=none;fillColor=#23A2D9;fontSize=12;fontColor=#ffffff;align=center;strokeColor=#0E7DAD;metaEdit=1;points=[[0.5,0,0],[1,0.25,0],[1,0.5,0],[1,0.75,0],[0.5,1,0],[0,0.75,0],[0,0.5,0],[0,0.25,0]];resizable=0;" parent="1" vertex="1">
            <mxGeometry x="400" y="1440" width="240" height="120" as="geometry" />
          </mxCell>
        </object>
        <object placeholders="1" c4Type="Хранилище модели чтения" c4Container="3 узла" c4Technology="ModgoDB Reolica Set" c4Description="" label="&lt;font style=&quot;font-size: 16px&quot;&gt;&lt;b&gt;%c4Type%&lt;/b&gt;&lt;/font&gt;&lt;div&gt;[%c4Container%:&amp;nbsp;%c4Technology%]&lt;/div&gt;&lt;br&gt;&lt;div&gt;&lt;font style=&quot;font-size: 11px&quot;&gt;&lt;font color=&quot;#E6E6E6&quot;&gt;%c4Description%&lt;/font&gt;&lt;/div&gt;" id="QPQx1lAxpROD3ONeoEt4-23">
          <mxCell style="shape=cylinder3;size=15;whiteSpace=wrap;html=1;boundedLbl=1;rounded=0;labelBackgroundColor=none;fillColor=#23A2D9;fontSize=12;fontColor=#ffffff;align=center;strokeColor=#0E7DAD;metaEdit=1;points=[[0.5,0,0],[1,0.25,0],[1,0.5,0],[1,0.75,0],[0.5,1,0],[0,0.75,0],[0,0.5,0],[0,0.25,0]];resizable=0;" parent="1" vertex="1">
            <mxGeometry x="1710" y="1240" width="240" height="120" as="geometry" />
          </mxCell>
        </object>
        <object placeholders="1" c4Type="БД резервирования" c4Container="3 узла" c4Technology="PostgreSQL" c4Description="OLTP, primary + 2 replica&#xa;ACID-транзакции резервов" label="&lt;font style=&quot;font-size: 16px&quot;&gt;&lt;b&gt;%c4Type%&lt;/b&gt;&lt;/font&gt;&lt;div&gt;[%c4Container%:&amp;nbsp;%c4Technology%]&lt;/div&gt;&lt;br&gt;&lt;div&gt;&lt;font style=&quot;font-size: 11px&quot;&gt;&lt;font color=&quot;#E6E6E6&quot;&gt;%c4Description%&lt;/font&gt;&lt;/div&gt;" id="QPQx1lAxpROD3ONeoEt4-24">
          <mxCell style="shape=cylinder3;size=15;whiteSpace=wrap;html=1;boundedLbl=1;rounded=0;labelBackgroundColor=none;fillColor=#23A2D9;fontSize=12;fontColor=#ffffff;align=center;strokeColor=#0E7DAD;metaEdit=1;points=[[0.5,0,0],[1,0.25,0],[1,0.5,0],[1,0.75,0],[0.5,1,0],[0,0.75,0],[0,0.5,0],[0,0.25,0]];resizable=0;" parent="1" vertex="1">
            <mxGeometry x="1310" y="1440" width="240" height="120" as="geometry" />
          </mxCell>
        </object>
        <object placeholders="1" c4Name="Реестр схем" c4Type="2 экземпляра" c4Technology="" c4Description="контроль версий событий&#xa;Avro schema compatibility" label="&lt;font style=&quot;font-size: 16px&quot;&gt;&lt;b&gt;%c4Name%&lt;/b&gt;&lt;/font&gt;&lt;div&gt;[%c4Type%: %c4Technology%]&lt;/div&gt;&lt;br&gt;&lt;div&gt;&lt;font style=&quot;font-size: 11px&quot;&gt;&lt;font color=&quot;#E6E6E6&quot;&gt;%c4Description%&lt;/font&gt;&lt;/div&gt;" id="QPQx1lAxpROD3ONeoEt4-25">
          <mxCell style="rounded=1;whiteSpace=wrap;html=1;fontSize=11;labelBackgroundColor=none;fillColor=#23A2D9;fontColor=#ffffff;align=center;arcSize=10;strokeColor=#0E7DAD;metaEdit=1;resizable=0;points=[[0.25,0,0],[0.5,0,0],[0.75,0,0],[1,0.25,0],[1,0.5,0],[1,0.75,0],[0.75,1,0],[0.5,1,0],[0.25,1,0],[0,0.75,0],[0,0.5,0],[0,0.25,0]];" parent="1" vertex="1">
            <mxGeometry x="1920" y="780" width="240" height="120" as="geometry" />
          </mxCell>
        </object>
        <object placeholders="1" c4Name="Сервис сверки" c4Type="2 экземпляров" c4Technology="" c4Description="" label="&lt;font style=&quot;font-size: 16px&quot;&gt;&lt;b&gt;%c4Name%&lt;/b&gt;&lt;/font&gt;&lt;div&gt;[%c4Type%: %c4Technology%]&lt;/div&gt;&lt;br&gt;&lt;div&gt;&lt;font style=&quot;font-size: 11px&quot;&gt;&lt;font color=&quot;#E6E6E6&quot;&gt;%c4Description%&lt;/font&gt;&lt;/div&gt;" id="VlQnAJaJ7nfk2XAq00_U-1">
-           <mxCell style="rounded=1;whiteSpace=wrap;html=1;fontSize=11;labelBackgroundColor=none;fillColor=#23A2D9;fontColor=#ffffff;align=center;arcSize=10;strokeColor=#0E7DAD;metaEdit=1;resizable=0;points=[[0.25,0,0],[0.5,0,0],[0.75,0,0],[1,0.25,0],[1,0.5,0],[1,0.75,0],[0.75,1,0],[0.5,1,0],[0.25,1,0],[0,0.75,0],[0,0.5,0],[0,0.25,0]];" vertex="1" parent="1">
+           <mxCell style="rounded=1;whiteSpace=wrap;html=1;fontSize=11;labelBackgroundColor=none;fillColor=#23A2D9;fontColor=#ffffff;align=center;arcSize=10;strokeColor=#0E7DAD;metaEdit=1;resizable=0;points=[[0.25,0,0],[0.5,0,0],[0.75,0,0],[1,0.25,0],[1,0.5,0],[1,0.75,0],[0.75,1,0],[0.5,1,0],[0.25,1,0],[0,0.75,0],[0,0.5,0],[0,0.25,0]];" parent="1" vertex="1">
            <mxGeometry x="1580" y="940" width="240" height="120" as="geometry" />
          </mxCell>
        </object>
        <object placeholders="1" c4Name="Админ-сервис" c4Type="2 экземпляров" c4Technology="" c4Description="" label="&lt;font style=&quot;font-size: 16px&quot;&gt;&lt;b&gt;%c4Name%&lt;/b&gt;&lt;/font&gt;&lt;div&gt;[%c4Type%: %c4Technology%]&lt;/div&gt;&lt;br&gt;&lt;div&gt;&lt;font style=&quot;font-size: 11px&quot;&gt;&lt;font color=&quot;#E6E6E6&quot;&gt;%c4Description%&lt;/font&gt;&lt;/div&gt;" id="VlQnAJaJ7nfk2XAq00_U-2">
-           <mxCell style="rounded=1;whiteSpace=wrap;html=1;fontSize=11;labelBackgroundColor=none;fillColor=#23A2D9;fontColor=#ffffff;align=center;arcSize=10;strokeColor=#0E7DAD;metaEdit=1;resizable=0;points=[[0.25,0,0],[0.5,0,0],[0.75,0,0],[1,0.25,0],[1,0.5,0],[1,0.75,0],[0.75,1,0],[0.5,1,0],[0.25,1,0],[0,0.75,0],[0,0.5,0],[0,0.25,0]];" vertex="1" parent="1">
+           <mxCell style="rounded=1;whiteSpace=wrap;html=1;fontSize=11;labelBackgroundColor=none;fillColor=#23A2D9;fontColor=#ffffff;align=center;arcSize=10;strokeColor=#0E7DAD;metaEdit=1;resizable=0;points=[[0.25,0,0],[0.5,0,0],[0.75,0,0],[1,0.25,0],[1,0.5,0],[1,0.75,0],[0.75,1,0],[0.5,1,0],[0.25,1,0],[0,0.75,0],[0,0.5,0],[0,0.25,0]];" parent="1" vertex="1">
            <mxGeometry x="1300" y="940" width="240" height="120" as="geometry" />
          </mxCell>
        </object>
        <object placeholders="1" c4Type="Метаданные, справочники" c4Container="2 узла" c4Technology="PostgreSQL" c4Description="" label="&lt;font style=&quot;font-size: 16px&quot;&gt;&lt;b&gt;%c4Type%&lt;/b&gt;&lt;/font&gt;&lt;div&gt;[%c4Container%:&amp;nbsp;%c4Technology%]&lt;/div&gt;&lt;br&gt;&lt;div&gt;&lt;font style=&quot;font-size: 11px&quot;&gt;&lt;font color=&quot;#E6E6E6&quot;&gt;%c4Description%&lt;/font&gt;&lt;/div&gt;" id="VlQnAJaJ7nfk2XAq00_U-3">
+           <mxCell style="shape=cylinder3;size=15;whiteSpace=wrap;html=1;boundedLbl=1;rounded=0;labelBackgroundColor=none;fillColor=#23A2D9;fontSize=12;fontColor=#ffffff;align=center;strokeColor=#0E7DAD;metaEdit=1;points=[[0.5,0,0],[1,0.25,0],[1,0.5,0],[1,0.75,0],[0.5,1,0],[0,0.75,0],[0,0.5,0],[0,0.25,0]];resizable=0;" parent="1" vertex="1">
+             <mxGeometry x="1590" y="1440" width="240" height="120" as="geometry" />
+           </mxCell>
+         </object>
+         <object placeholders="1" c4Name="Клиент лояльности" c4Type="8 эеземпляра" c4Technology="" c4Description="" label="&lt;font style=&quot;font-size: 16px&quot;&gt;&lt;b&gt;%c4Name%&lt;/b&gt;&lt;/font&gt;&lt;div&gt;[%c4Type%: %c4Technology%]&lt;/div&gt;&lt;br&gt;&lt;div&gt;&lt;font style=&quot;font-size: 11px&quot;&gt;&lt;font color=&quot;#E6E6E6&quot;&gt;%c4Description%&lt;/font&gt;&lt;/div&gt;" id="VlQnAJaJ7nfk2XAq00_U-4">
+           <mxCell style="rounded=1;whiteSpace=wrap;html=1;fontSize=11;labelBackgroundColor=none;fillColor=#23A2D9;fontColor=#ffffff;align=center;arcSize=10;strokeColor=#0E7DAD;metaEdit=1;resizable=0;points=[[0.25,0,0],[0.5,0,0],[0.75,0,0],[1,0.25,0],[1,0.5,0],[1,0.75,0],[0.75,1,0],[0.5,1,0],[0.25,1,0],[0,0.75,0],[0,0.5,0],[0,0.25,0]];" parent="1" vertex="1">
+             <mxGeometry x="3660" y="940" width="240" height="120" as="geometry" />
+           </mxCell>
+         </object>
+         <object placeholders="1" c4Type="Кеш лояльности" c4Container="4 nodes" c4Technology="Redis" c4Description="" label="&lt;font style=&quot;font-size: 16px&quot;&gt;&lt;b&gt;%c4Type%&lt;/b&gt;&lt;/font&gt;&lt;div&gt;[%c4Container%:&amp;nbsp;%c4Technology%]&lt;/div&gt;&lt;br&gt;&lt;div&gt;&lt;font style=&quot;font-size: 11px&quot;&gt;&lt;font color=&quot;#E6E6E6&quot;&gt;%c4Description%&lt;/font&gt;&lt;/div&gt;" id="VlQnAJaJ7nfk2XAq00_U-5">
+           <mxCell style="shape=cylinder3;size=15;whiteSpace=wrap;html=1;boundedLbl=1;rounded=0;labelBackgroundColor=none;fillColor=#23A2D9;fontSize=12;fontColor=#ffffff;align=center;strokeColor=#0E7DAD;metaEdit=1;points=[[0.5,0,0],[1,0.25,0],[1,0.5,0],[1,0.75,0],[0.5,1,0],[0,0.75,0],[0,0.5,0],[0,0.25,0]];resizable=0;" parent="1" vertex="1">
+             <mxGeometry x="3650" y="1260" width="240" height="120" as="geometry" />
+           </mxCell>
+         </object>
+         <object placeholders="1" c4Name="Сервис агрегации метрик" c4Type="3 экземпляра" c4Technology="" c4Description="" label="&lt;font style=&quot;font-size: 16px&quot;&gt;&lt;b&gt;%c4Name%&lt;/b&gt;&lt;/font&gt;&lt;div&gt;[%c4Type%: %c4Technology%]&lt;/div&gt;&lt;br&gt;&lt;div&gt;&lt;font style=&quot;font-size: 11px&quot;&gt;&lt;font color=&quot;#E6E6E6&quot;&gt;%c4Description%&lt;/font&gt;&lt;/div&gt;" id="VlQnAJaJ7nfk2XAq00_U-6">
+           <mxCell style="rounded=1;whiteSpace=wrap;html=1;fontSize=11;labelBackgroundColor=none;fillColor=#23A2D9;fontColor=#ffffff;align=center;arcSize=10;strokeColor=#0E7DAD;metaEdit=1;resizable=0;points=[[0.25,0,0],[0.5,0,0],[0.75,0,0],[1,0.25,0],[1,0.5,0],[1,0.75,0],[0.75,1,0],[0.5,1,0],[0.25,1,0],[0,0.75,0],[0,0.5,0],[0,0.25,0]];" parent="1" vertex="1">
+             <mxGeometry x="1920" y="940" width="240" height="120" as="geometry" />
+           </mxCell>
+         </object>
+         <object placeholders="1" c4Type="Хранилище временных рядов" c4Container="3 узла" c4Technology="PostgreSQL" c4Description="" label="&lt;font style=&quot;font-size: 16px&quot;&gt;&lt;b&gt;%c4Type%&lt;/b&gt;&lt;/font&gt;&lt;div&gt;[%c4Container%:&amp;nbsp;%c4Technology%]&lt;/div&gt;&lt;br&gt;&lt;div&gt;&lt;font style=&quot;font-size: 11px&quot;&gt;&lt;font color=&quot;#E6E6E6&quot;&gt;%c4Description%&lt;/font&gt;&lt;/div&gt;" id="FaUEkWcuxWKIerFACZlN-1">
          <mxCell style="shape=cylinder3;size=15;whiteSpace=wrap;html=1;boundedLbl=1;rounded=0;labelBackgroundColor=none;fillColor=#23A2D9;fontSize=12;fontColor=#ffffff;align=center;strokeColor=#0E7DAD;metaEdit=1;points=[[0.5,0,0],[1,0.25,0],[1,0.5,0],[1,0.75,0],[0.5,1,0],[0,0.75,0],[0,0.5,0],[0,0.25,0]];resizable=0;" vertex="1" parent="1">
-             <mxGeometry x="1590" y="1440" width="240" height="120" as="geometry" />
-           </mxCell>
-         </object>
-         <object placeholders="1" c4Name="Клиент лояльности" c4Type="8 эеземпляра" c4Technology="" c4Description="" label="&lt;font style=&quot;font-size: 16px&quot;&gt;&lt;b&gt;%c4Name%&lt;/b&gt;&lt;/font&gt;&lt;div&gt;[%c4Type%: %c4Technology%]&lt;/div&gt;&lt;br&gt;&lt;div&gt;&lt;font style=&quot;font-size: 11px&quot;&gt;&lt;font color=&quot;#E6E6E6&quot;&gt;%c4Description%&lt;/font&gt;&lt;/div&gt;" id="VlQnAJaJ7nfk2XAq00_U-4">
-           <mxCell style="rounded=1;whiteSpace=wrap;html=1;fontSize=11;labelBackgroundColor=none;fillColor=#23A2D9;fontColor=#ffffff;align=center;arcSize=10;strokeColor=#0E7DAD;metaEdit=1;resizable=0;points=[[0.25,0,0],[0.5,0,0],[0.75,0,0],[1,0.25,0],[1,0.5,0],[1,0.75,0],[0.75,1,0],[0.5,1,0],[0.25,1,0],[0,0.75,0],[0,0.5,0],[0,0.25,0]];" vertex="1" parent="1">
-             <mxGeometry x="3660" y="940" width="240" height="120" as="geometry" />
-           </mxCell>
-         </object>
-         <object placeholders="1" c4Type="Кеш лояльности" c4Container="4 nodes" c4Technology="Redis" c4Description="" label="&lt;font style=&quot;font-size: 16px&quot;&gt;&lt;b&gt;%c4Type%&lt;/b&gt;&lt;/font&gt;&lt;div&gt;[%c4Container%:&amp;nbsp;%c4Technology%]&lt;/div&gt;&lt;br&gt;&lt;div&gt;&lt;font style=&quot;font-size: 11px&quot;&gt;&lt;font color=&quot;#E6E6E6&quot;&gt;%c4Description%&lt;/font&gt;&lt;/div&gt;" id="VlQnAJaJ7nfk2XAq00_U-5">
-           <mxCell style="shape=cylinder3;size=15;whiteSpace=wrap;html=1;boundedLbl=1;rounded=0;labelBackgroundColor=none;fillColor=#23A2D9;fontSize=12;fontColor=#ffffff;align=center;strokeColor=#0E7DAD;metaEdit=1;points=[[0.5,0,0],[1,0.25,0],[1,0.5,0],[1,0.75,0],[0.5,1,0],[0,0.75,0],[0,0.5,0],[0,0.25,0]];resizable=0;" vertex="1" parent="1">
-             <mxGeometry x="3650" y="1260" width="240" height="120" as="geometry" />
-           </mxCell>
-         </object>
-         <object placeholders="1" c4Name="Сервис агрегации метрик" c4Type="3 экземпляра" c4Technology="" c4Description="" label="&lt;font style=&quot;font-size: 16px&quot;&gt;&lt;b&gt;%c4Name%&lt;/b&gt;&lt;/font&gt;&lt;div&gt;[%c4Type%: %c4Technology%]&lt;/div&gt;&lt;br&gt;&lt;div&gt;&lt;font style=&quot;font-size: 11px&quot;&gt;&lt;font color=&quot;#E6E6E6&quot;&gt;%c4Description%&lt;/font&gt;&lt;/div&gt;" id="VlQnAJaJ7nfk2XAq00_U-6">
-           <mxCell style="rounded=1;whiteSpace=wrap;html=1;fontSize=11;labelBackgroundColor=none;fillColor=#23A2D9;fontColor=#ffffff;align=center;arcSize=10;strokeColor=#0E7DAD;metaEdit=1;resizable=0;points=[[0.25,0,0],[0.5,0,0],[0.75,0,0],[1,0.25,0],[1,0.5,0],[1,0.75,0],[0.75,1,0],[0.5,1,0],[0.25,1,0],[0,0.75,0],[0,0.5,0],[0,0.25,0]];" vertex="1" parent="1">
-             <mxGeometry x="1920" y="940" width="240" height="120" as="geometry" />
+             <mxGeometry x="1920" y="1440" width="240" height="120" as="geometry" />
          </mxCell>
        </object>
      </root>
    </mxGraphModel>
  </diagram>
</mxfile>
